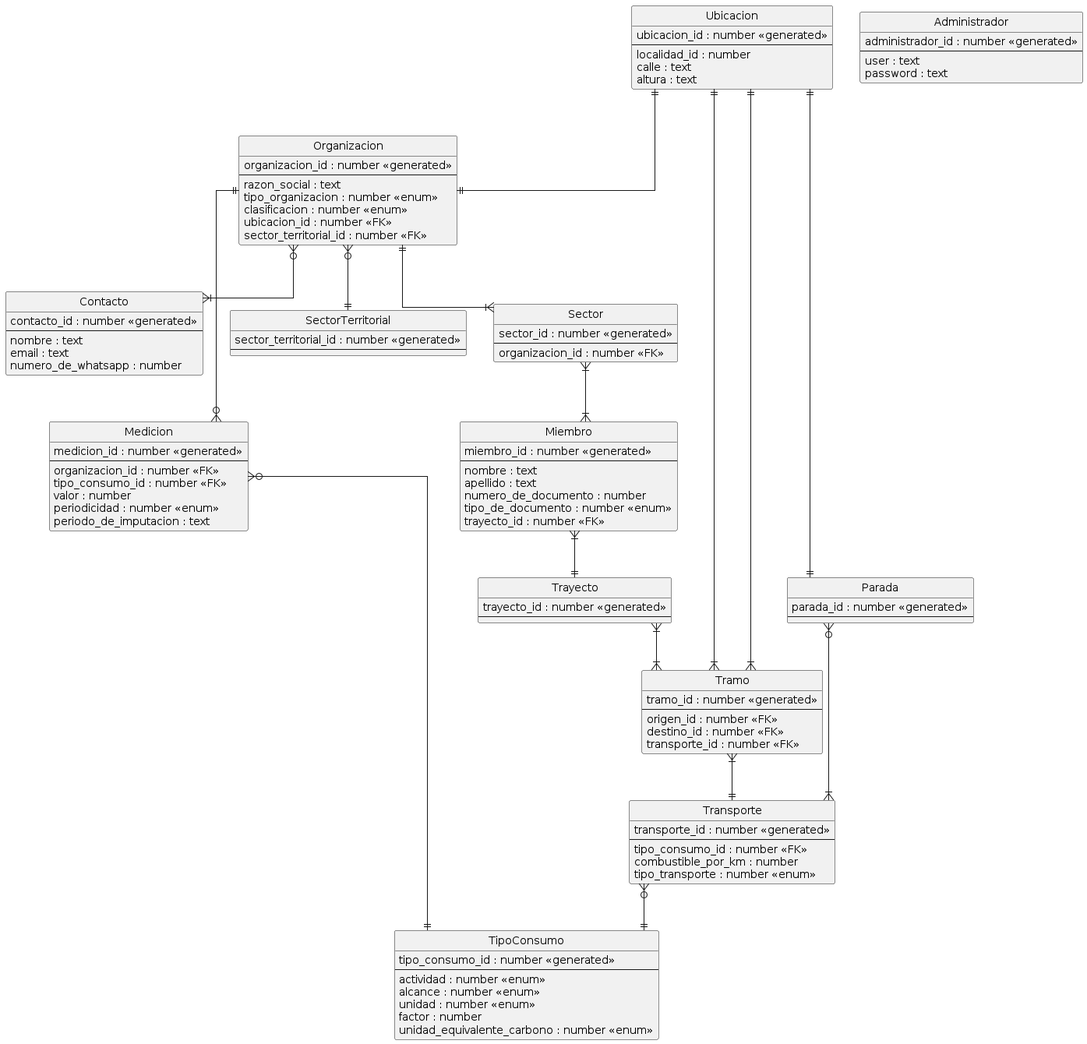
The PlantUML diagram out/DER/DER.png in mbeorlegui/tpa-dds-2022, before a commit.
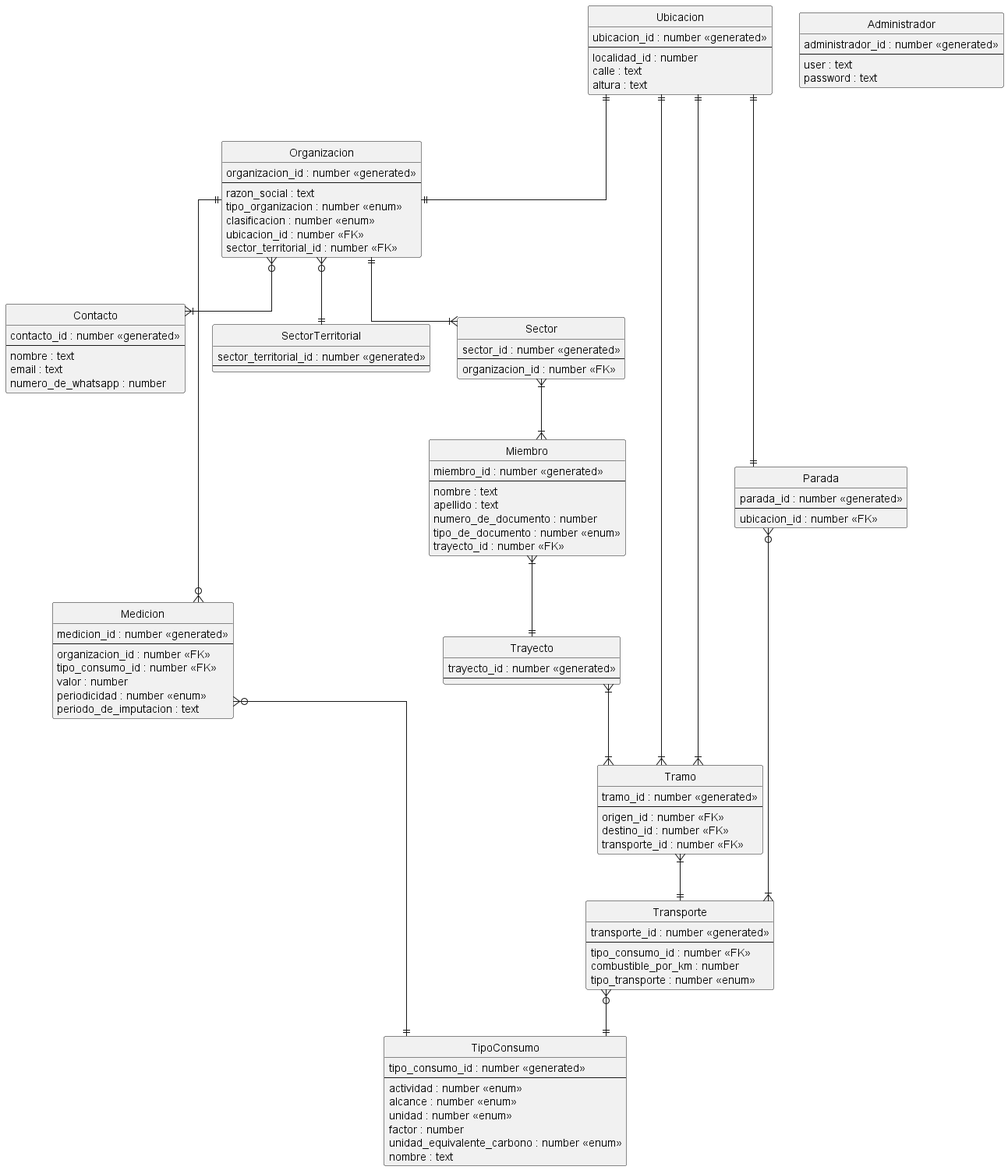
The same diagram one commit later.

Diff of the diagram source:
```diff
@@ -34,6 +34,7 @@
   unidad : number <<enum>>
   factor : number
   unidad_equivalente_carbono : number <<enum>>
+  nombre : text
 }
 
 entity Medicion {
@@ -94,6 +95,7 @@
 entity Parada {
   parada_id : number <<generated>>
   --
+  ubicacion_id : number <<FK>>
 }
 
 entity Administrador {
```
